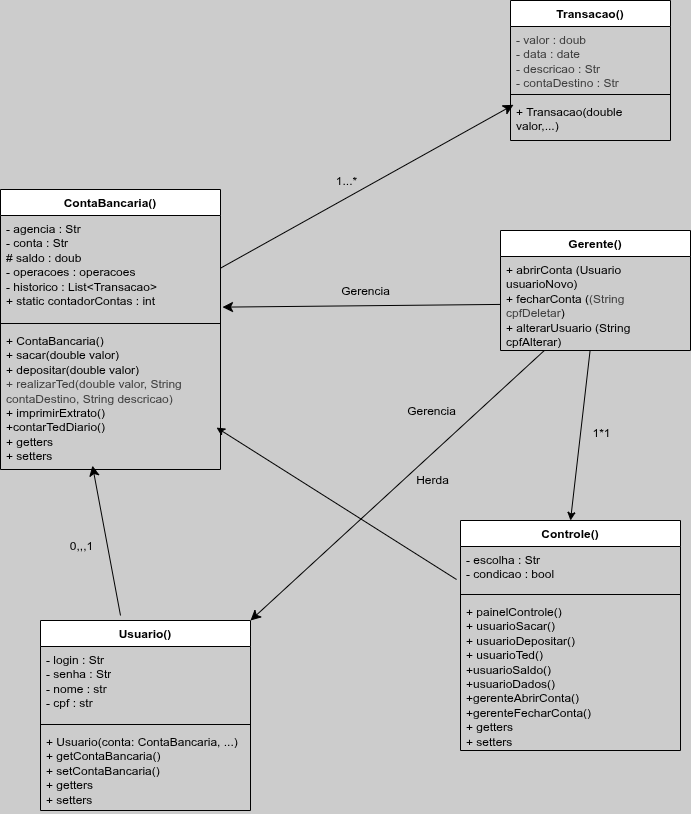
Earlier version of the draw.io export Diagrama de classes.drawio.png (soturnacrosta/sistemaBancario). Source tidied: cells renumbered, new cells last; positions are measured from the earlier drawing's top-left corner, leaving out a move shared by most shapes.
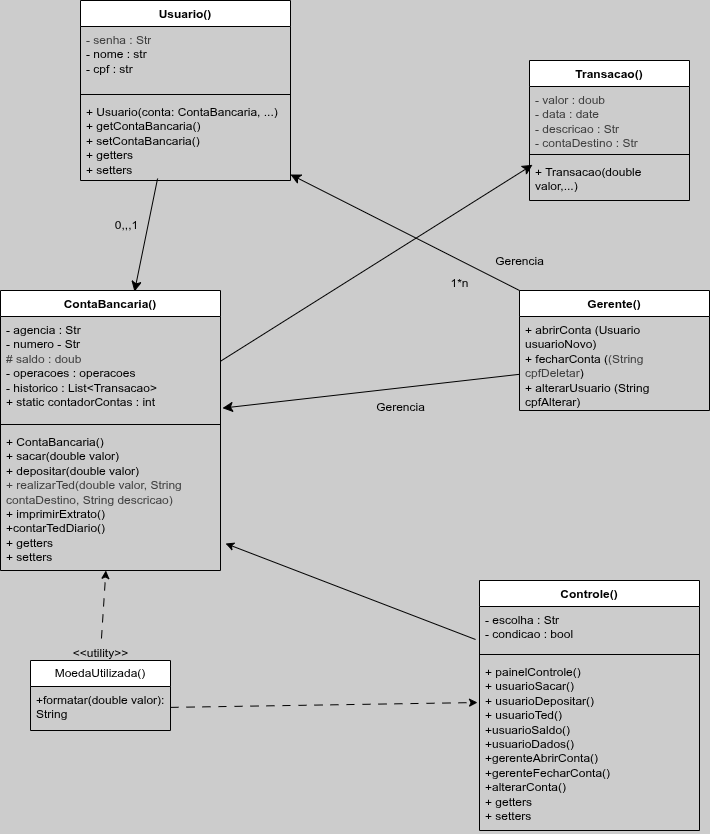
The same file after the commit.

Change to the diagram source:
```diff
@@ -3,9 +3,9 @@
     <mxCell id="0" />
     <mxCell id="1" parent="0" />
     <mxCell id="2" value="ContaBancaria()" style="swimlane;fontStyle=1;align=center;verticalAlign=top;horizontal=1;startSize=26;whiteSpace=wrap;html=1;labelBackgroundColor=none;" parent="1" vertex="1">
-      <mxGeometry y="189" width="220" height="280" as="geometry" />
+      <mxGeometry x="-19" y="230" width="220" height="280" as="geometry" />
     </mxCell>
-    <mxCell id="3" value="&lt;div&gt;- agencia : Str&lt;/div&gt;&lt;div&gt;- conta : Str&lt;/div&gt;&lt;div&gt;&lt;div&gt;# saldo : doub&lt;/div&gt;- operacoes : operacoes&lt;/div&gt;&lt;div&gt;    - historico : List&amp;lt;Transacao&amp;gt;&lt;br&gt;+ static contadorContas : int&lt;/div&gt;" style="text;strokeColor=none;fillColor=none;align=left;verticalAlign=top;spacingLeft=4;spacingRight=4;overflow=hidden;points=[[0,0.5],[1,0.5]];portConstraint=eastwest;whiteSpace=wrap;html=1;labelBackgroundColor=none;" parent="2" vertex="1">
+    <mxCell id="3" value="&lt;div&gt;- agencia : Str&lt;/div&gt;&lt;div&gt;- numero - Str&lt;/div&gt;&lt;div&gt;&lt;span style=&quot;color: rgb(63, 63, 63); background-color: transparent;&quot;&gt;# saldo : doub&lt;/span&gt;&lt;/div&gt;&lt;div&gt;- operacoes : operacoes&lt;/div&gt;&lt;div&gt;    - historico : List&amp;lt;Transacao&amp;gt;&lt;br&gt;+ static contadorContas : int&lt;/div&gt;" style="text;strokeColor=none;fillColor=none;align=left;verticalAlign=top;spacingLeft=4;spacingRight=4;overflow=hidden;points=[[0,0.5],[1,0.5]];portConstraint=eastwest;whiteSpace=wrap;html=1;labelBackgroundColor=none;" parent="2" vertex="1">
       <mxGeometry y="26" width="220" height="104" as="geometry" />
     </mxCell>
     <mxCell id="4" style="line;strokeWidth=1;fillColor=none;align=left;verticalAlign=middle;spacingTop=-1;spacingLeft=3;spacingRight=3;labelPosition=right;strokeColor=inherit;labelBackgroundColor=none;" parent="2" vertex="1">
@@ -14,10 +14,8 @@
     <mxCell id="5" value="&lt;div&gt;+ ContaBancaria()&lt;br&gt;+ sacar(double valor)&lt;br&gt;    + depositar(double valor)&lt;br&gt;&lt;span style=&quot;color: rgb(63, 63, 63);&quot;&gt;+ realizarTed(double valor, String contaDestino, String descricao)&lt;/span&gt;&lt;/div&gt;&lt;div&gt;    + imprimirExtrato()&lt;/div&gt;&lt;div&gt;+contarTedDiario()&lt;/div&gt;&lt;div&gt;+ getters&amp;nbsp;&lt;/div&gt;&lt;div&gt;+ setters&lt;/div&gt;" style="text;strokeColor=none;fillColor=none;align=left;verticalAlign=top;spacingLeft=4;spacingRight=4;overflow=hidden;points=[[0,0.5],[1,0.5]];portConstraint=eastwest;whiteSpace=wrap;html=1;labelBackgroundColor=none;" parent="2" vertex="1">
       <mxGeometry y="138" width="220" height="142" as="geometry" />
     </mxCell>
-    <mxCell id="6" style="edgeStyle=none;curved=1;rounded=0;jettySize=auto;html=1;fontSize=12;startSize=8;endSize=8;entryX=0.418;entryY=0.973;entryDx=0;entryDy=0;entryPerimeter=0;exitX=0.424;exitY=-0.021;exitDx=0;exitDy=0;exitPerimeter=0;labelBackgroundColor=none;" parent="1" edge="1" target="5">
-      <mxGeometry relative="1" as="geometry">
-        <mxPoint x="120" y="615" as="sourcePoint" />
-      </mxGeometry>
+    <mxCell id="6" style="edgeStyle=none;curved=1;rounded=0;jettySize=auto;html=1;fontSize=12;startSize=8;endSize=8;exitX=0.367;exitY=0.976;exitDx=0;exitDy=0;exitPerimeter=0;labelBackgroundColor=none;entryX=0.609;entryY=0.004;entryDx=0;entryDy=0;entryPerimeter=0;" parent="1" edge="1" source="17" target="2">
+      <mxGeometry relative="1" as="geometry" />
     </mxCell>
     <mxCell id="7" value="0,,,1" style="edgeLabel;html=1;align=center;verticalAlign=middle;fontSize=12;labelBackgroundColor=none;" parent="6" vertex="1">
       <mxGeometry x="-0.12" y="3" relative="1" as="geometry">
@@ -30,36 +28,31 @@
     <mxCell id="9" value="&lt;div&gt;+ abrirConta (Usuario usuarioNovo)&lt;/div&gt;&lt;div&gt;+ fecharConta (&lt;span style=&quot;color: rgb(63, 63, 63);&quot;&gt;(String cpfDeletar&lt;/span&gt;)&lt;/div&gt;&lt;div&gt;+ alterarUsuario (String cpfAlterar)&lt;/div&gt;" style="text;strokeColor=none;fillColor=none;align=left;verticalAlign=top;spacingLeft=4;spacingRight=4;overflow=hidden;points=[[0,0.5],[1,0.5]];portConstraint=eastwest;whiteSpace=wrap;html=1;labelBackgroundColor=none;" parent="8" vertex="1">
       <mxGeometry y="26" width="190" height="94" as="geometry" />
     </mxCell>
-    <mxCell id="10" style="edgeStyle=none;curved=1;rounded=0;jettySize=auto;html=1;entryX=1;entryY=0;entryDx=0;entryDy=0;fontSize=12;startSize=8;endSize=8;labelBackgroundColor=none;" parent="1" edge="1" source="9" target="14">
+    <mxCell id="10" style="edgeStyle=none;curved=1;rounded=0;jettySize=auto;html=1;entryX=1;entryY=0.927;entryDx=0;entryDy=0;fontSize=12;startSize=8;endSize=8;labelBackgroundColor=none;entryPerimeter=0;exitX=0;exitY=0;exitDx=0;exitDy=0;" parent="1" edge="1" source="8" target="17">
       <mxGeometry relative="1" as="geometry" />
     </mxCell>
-    <mxCell id="11" value="Herda" style="edgeLabel;html=1;align=center;verticalAlign=middle;fontSize=12;labelBackgroundColor=none;" parent="10" vertex="1">
-      <mxGeometry x="-0.01" y="2" relative="1" as="geometry">
-        <mxPoint x="31" y="-5" as="offset" />
-      </mxGeometry>
-    </mxCell>
     <mxCell id="12" style="edgeStyle=none;curved=1;rounded=0;jettySize=auto;html=1;fontSize=12;startSize=8;endSize=8;entryX=1.009;entryY=0.881;entryDx=0;entryDy=0;entryPerimeter=0;labelBackgroundColor=none;" parent="1" edge="1" source="9" target="3">
       <mxGeometry relative="1" as="geometry" />
     </mxCell>
     <mxCell id="13" value="Gerencia" style="edgeLabel;html=1;align=center;verticalAlign=middle;fontSize=12;labelBackgroundColor=none;" parent="12" vertex="1">
       <mxGeometry x="-0.03" y="-2" relative="1" as="geometry">
-        <mxPoint y="-13" as="offset" />
+        <mxPoint x="145" y="-128" as="offset" />
       </mxGeometry>
     </mxCell>
     <mxCell id="14" value="Usuario()" style="swimlane;fontStyle=1;align=center;verticalAlign=top;horizontal=1;startSize=26;whiteSpace=wrap;html=1;labelBackgroundColor=none;" parent="1" vertex="1">
-      <mxGeometry x="40" y="620" width="210" height="190" as="geometry" />
+      <mxGeometry x="61" y="-60" width="210" height="180" as="geometry" />
     </mxCell>
-    <mxCell id="15" value="&lt;div&gt;- login : Str&lt;/div&gt;&lt;div&gt;- senha : Str&lt;/div&gt;&lt;div&gt;- nome : str&lt;/div&gt;&lt;div&gt;- cpf : str&lt;/div&gt;" style="text;strokeColor=none;fillColor=none;align=left;verticalAlign=top;spacingLeft=4;spacingRight=4;overflow=hidden;whiteSpace=wrap;html=1;labelBackgroundColor=none;" parent="14" vertex="1">
-      <mxGeometry y="26" width="210" height="74" as="geometry" />
+    <mxCell id="15" value="&lt;div&gt;&lt;span style=&quot;color: rgb(63, 63, 63); background-color: transparent;&quot;&gt;- senha : Str&lt;/span&gt;&lt;/div&gt;&lt;div&gt;- nome : str&lt;/div&gt;&lt;div&gt;- cpf : str&lt;/div&gt;" style="text;strokeColor=none;fillColor=none;align=left;verticalAlign=top;spacingLeft=4;spacingRight=4;overflow=hidden;whiteSpace=wrap;html=1;labelBackgroundColor=none;" parent="14" vertex="1">
+      <mxGeometry y="26" width="210" height="64" as="geometry" />
     </mxCell>
     <mxCell id="16" style="line;strokeWidth=1;fillColor=none;align=left;verticalAlign=middle;spacingTop=-1;spacingLeft=3;spacingRight=3;labelPosition=right;strokeColor=inherit;labelBackgroundColor=none;" parent="14" vertex="1">
-      <mxGeometry y="100" width="210" height="8" as="geometry" />
+      <mxGeometry y="90" width="210" height="8" as="geometry" />
     </mxCell>
     <mxCell id="17" value="&lt;div&gt;+ Usuario(conta: ContaBancaria, ...)&amp;nbsp;&lt;/div&gt;&lt;div&gt;+ getContaBancaria()&amp;nbsp;&amp;nbsp;&lt;/div&gt;&lt;div&gt;+ setContaBancaria()&lt;/div&gt;&lt;div&gt;+ getters&lt;/div&gt;&lt;div&gt;+ setters&lt;/div&gt;" style="text;strokeColor=none;fillColor=none;align=left;verticalAlign=top;spacingLeft=4;spacingRight=4;overflow=hidden;points=[[0,0.5],[1,0.5]];portConstraint=eastwest;whiteSpace=wrap;html=1;labelBackgroundColor=none;" parent="14" vertex="1">
-      <mxGeometry y="108" width="210" height="82" as="geometry" />
+      <mxGeometry y="98" width="210" height="82" as="geometry" />
     </mxCell>
     <mxCell id="18" value="Controle()" style="swimlane;fontStyle=1;align=center;verticalAlign=top;horizontal=1;startSize=26;whiteSpace=wrap;html=1;labelBackgroundColor=none;" parent="1" vertex="1">
-      <mxGeometry x="460" y="520" width="220" height="230" as="geometry" />
+      <mxGeometry x="460" y="520" width="220" height="250" as="geometry" />
     </mxCell>
     <mxCell id="19" value="&lt;div&gt;- escolha : Str&lt;/div&gt;&lt;div&gt;- condicao : bool&lt;/div&gt;&lt;div&gt;&lt;br&gt;&lt;/div&gt;" style="text;strokeColor=none;fillColor=none;align=left;verticalAlign=top;spacingLeft=4;spacingRight=4;overflow=hidden;points=[[0,0.5],[1,0.5]];portConstraint=eastwest;whiteSpace=wrap;html=1;labelBackgroundColor=none;" parent="18" vertex="1">
       <mxGeometry y="26" width="220" height="44" as="geometry" />
@@ -67,10 +60,10 @@
     <mxCell id="20" style="line;strokeWidth=1;fillColor=none;align=left;verticalAlign=middle;spacingTop=-1;spacingLeft=3;spacingRight=3;labelPosition=right;strokeColor=inherit;labelBackgroundColor=none;" parent="18" vertex="1">
       <mxGeometry y="70" width="220" height="8" as="geometry" />
     </mxCell>
-    <mxCell id="21" value="&lt;div&gt;+ painelControle()&lt;br&gt;    + usuarioSacar()&lt;/div&gt;&lt;div&gt;    + usuarioDepositar()&lt;/div&gt;&lt;div&gt;+ usuarioTed()&lt;/div&gt;&lt;div&gt;+usuarioSaldo()&lt;/div&gt;&lt;div&gt;+usuarioDados()&lt;/div&gt;&lt;div&gt;+gerenteAbrirConta()&lt;br&gt;+gerenteFecharConta()&lt;/div&gt;&lt;div&gt;+ getters&amp;nbsp;&lt;/div&gt;&lt;div&gt;+ setters&lt;/div&gt;" style="text;strokeColor=none;fillColor=none;align=left;verticalAlign=top;spacingLeft=4;spacingRight=4;overflow=hidden;points=[[0,0.5],[1,0.5]];portConstraint=eastwest;whiteSpace=wrap;html=1;labelBackgroundColor=none;" parent="18" vertex="1">
-      <mxGeometry y="78" width="220" height="152" as="geometry" />
+    <mxCell id="21" value="&lt;div&gt;+ painelControle()&lt;br&gt;    + usuarioSacar()&lt;/div&gt;&lt;div&gt;    + usuarioDepositar()&lt;/div&gt;&lt;div&gt;+ usuarioTed()&lt;/div&gt;&lt;div&gt;+usuarioSaldo()&lt;/div&gt;&lt;div&gt;+usuarioDados()&lt;/div&gt;&lt;div&gt;+gerenteAbrirConta()&lt;br&gt;+gerenteFecharConta()&lt;/div&gt;&lt;div&gt;+alterarConta()&lt;/div&gt;&lt;div&gt;+ getters&amp;nbsp;&lt;/div&gt;&lt;div&gt;+ setters&lt;/div&gt;" style="text;strokeColor=none;fillColor=none;align=left;verticalAlign=top;spacingLeft=4;spacingRight=4;overflow=hidden;points=[[0,0.5],[1,0.5]];portConstraint=eastwest;whiteSpace=wrap;html=1;labelBackgroundColor=none;" parent="18" vertex="1">
+      <mxGeometry y="78" width="220" height="172" as="geometry" />
     </mxCell>
-    <mxCell id="22" style="edgeStyle=none;html=1;entryX=0.982;entryY=0.705;entryDx=0;entryDy=0;entryPerimeter=0;exitX=-0.018;exitY=0.75;exitDx=0;exitDy=0;exitPerimeter=0;labelBackgroundColor=none;" parent="1" edge="1" source="19" target="5">
+    <mxCell id="22" style="edgeStyle=none;html=1;exitX=-0.018;exitY=0.75;exitDx=0;exitDy=0;exitPerimeter=0;labelBackgroundColor=none;entryX=1.023;entryY=0.81;entryDx=0;entryDy=0;entryPerimeter=0;" parent="1" edge="1" source="19" target="5">
       <mxGeometry relative="1" as="geometry" />
     </mxCell>
     <mxCell id="23" value="&lt;span style=&quot;color: rgb(0, 0, 0);&quot;&gt;Transacao()&lt;/span&gt;" style="swimlane;fontStyle=1;align=center;verticalAlign=top;horizontal=1;startSize=26;whiteSpace=wrap;html=1;labelBackgroundColor=none;" parent="1" vertex="1">
@@ -88,19 +81,28 @@
     <mxCell id="27" style="edgeStyle=none;curved=1;rounded=0;jettySize=auto;html=1;entryX=0.019;entryY=0.15;entryDx=0;entryDy=0;entryPerimeter=0;fontSize=12;startSize=8;endSize=8;labelBackgroundColor=none;" parent="1" edge="1" source="2" target="26">
       <mxGeometry relative="1" as="geometry" />
     </mxCell>
-    <mxCell id="28" value="1...*" style="edgeLabel;html=1;align=center;verticalAlign=middle;fontSize=12;labelBackgroundColor=none;" parent="27" vertex="1">
-      <mxGeometry x="-0.01" y="1" relative="1" as="geometry">
-        <mxPoint x="-20" y="-5" as="offset" />
-      </mxGeometry>
-    </mxCell>
-    <mxCell id="29" value="1*1" style="text;html=1;align=center;verticalAlign=middle;strokeColor=none;fillColor=none;" parent="1" vertex="1">
-      <mxGeometry x="581" y="418" width="40" height="30" as="geometry" />
-    </mxCell>
-    <mxCell id="30" style="edgeStyle=none;html=1;entryX=0.5;entryY=0;entryDx=0;entryDy=0;" parent="1" edge="1" source="9" target="18">
-      <mxGeometry relative="1" as="geometry" />
-    </mxCell>
     <mxCell id="31" value="Gerencia" style="edgeLabel;html=1;align=center;verticalAlign=middle;fontSize=12;labelBackgroundColor=none;" parent="1" vertex="1">
-      <mxGeometry x="431" y="410" as="geometry" />
+      <mxGeometry x="391" y="360" as="geometry">
+        <mxPoint x="-10" y="-14" as="offset" />
+      </mxGeometry>
     </mxCell>
+    <mxCell id="32" value="1*n&lt;div&gt;&lt;br&gt;&lt;/div&gt;" style="text;html=1;align=center;verticalAlign=middle;strokeColor=none;fillColor=none;" parent="1" vertex="1">
+      <mxGeometry x="420" y="210" width="40" height="40" as="geometry" />
+    </mxCell>
+    <mxCell id="33" style="edgeStyle=none;html=1;dashed=1;dashPattern=8 8;" parent="1" edge="1" source="37" target="5">
+      <mxGeometry relative="1" as="geometry" />
+    </mxCell>
+    <mxCell id="34" value="MoedaUtilizada()" style="swimlane;fontStyle=0;horizontal=1;startSize=26;whiteSpace=wrap;html=1;" parent="1" vertex="1">
+      <mxGeometry x="11" y="600" width="140" height="70" as="geometry" />
+    </mxCell>
+    <mxCell id="35" value="+formatar(double valor): String" style="text;strokeColor=none;fillColor=none;align=left;verticalAlign=top;spacingLeft=4;spacingRight=4;overflow=hidden;points=[[0,0.5],[1,0.5]];portConstraint=eastwest;whiteSpace=wrap;html=1;" parent="34" vertex="1">
+      <mxGeometry y="26" width="140" height="44" as="geometry" />
+    </mxCell>
+    <mxCell id="36" style="edgeStyle=none;html=1;entryX=-0.009;entryY=0.256;entryDx=0;entryDy=0;entryPerimeter=0;dashed=1;dashPattern=8 8;" parent="1" edge="1" source="35" target="21">
+      <mxGeometry relative="1" as="geometry" />
+    </mxCell>
+    <mxCell id="37" value="&amp;lt;&amp;lt;utility&amp;gt;&amp;gt;" style="text;html=1;align=center;verticalAlign=middle;points=[];strokeColor=none;fillColor=none;" parent="1" vertex="1">
+      <mxGeometry x="41" y="578" width="80" height="30" as="geometry" />
+    </mxCell>
   </root>
 </mxGraphModel>
```
